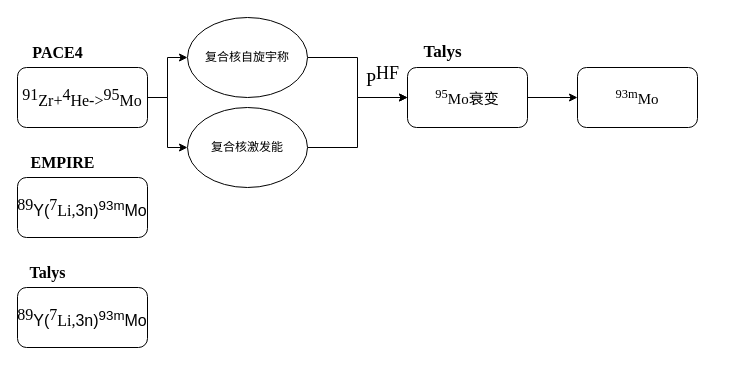
Earlier version of the draw.io diagram draw/ppt_4.20.drawio (TRAVISZHAN/images). Source tidied: cells renumbered, new cells numbered last; positions are measured from the earlier drawing's top-left corner, leaving out a move shared by most shapes. Both pictures are drawn from the tidied source at 100%, with x=0, y=0 at pixel (17, 17).
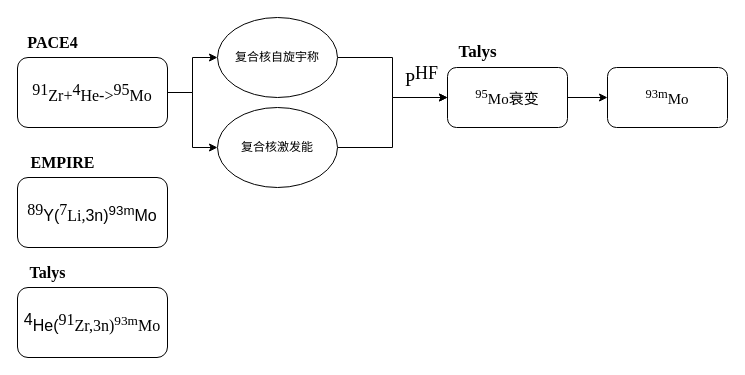
The same page after the edit.

Diff of the diagram source:
```diff
@@
 <mxGraphModel>
   <root>
     <mxCell id="0" />
     <mxCell id="1" parent="0" />
     <mxCell id="2" style="edgeStyle=orthogonalEdgeStyle;rounded=0;jettySize=auto;html=1;exitX=1;exitY=0.5;exitDx=0;exitDy=0;entryX=0;entryY=0.5;entryDx=0;entryDy=0;" parent="1" edge="1" source="4" target="11">
       <mxGeometry relative="1" as="geometry" />
     </mxCell>
     <mxCell id="3" style="edgeStyle=orthogonalEdgeStyle;rounded=0;jettySize=auto;html=1;entryX=0;entryY=0.5;entryDx=0;entryDy=0;" parent="1" edge="1" source="4" target="13">
       <mxGeometry relative="1" as="geometry" />
     </mxCell>
     <mxCell id="4" value="&lt;sup style=&quot;font-size: 16px;&quot;&gt;91&lt;/sup&gt;Zr+&lt;sup style=&quot;font-size: 16px;&quot;&gt;4&lt;/sup&gt;He-&amp;gt;&lt;sup style=&quot;font-size: 16px;&quot;&gt;95&lt;/sup&gt;Mo" style="rounded=1;whiteSpace=wrap;html=1;fontSize=16;fontFamily=Times New Roman;" parent="1" vertex="1">
-      <mxGeometry y="50" width="130" height="60" as="geometry" />
+      <mxGeometry y="40" width="150" height="70" as="geometry" />
     </mxCell>
     <mxCell id="5" style="edgeStyle=orthogonalEdgeStyle;rounded=0;jettySize=auto;html=1;" parent="1" edge="1" source="6" target="7">
       <mxGeometry relative="1" as="geometry" />
     </mxCell>
     <mxCell id="6" value="&lt;sup&gt;95&lt;/sup&gt;Mo衰变" style="rounded=1;whiteSpace=wrap;html=1;fontSize=15;fontFamily=Times New Roman;" parent="1" vertex="1">
-      <mxGeometry x="390" y="50" width="120" height="60" as="geometry" />
+      <mxGeometry x="430" y="50" width="120" height="60" as="geometry" />
     </mxCell>
     <mxCell id="7" value="&lt;sup&gt;93m&lt;/sup&gt;Mo" style="rounded=1;whiteSpace=wrap;html=1;fontSize=15;fontFamily=Times New Roman;" parent="1" vertex="1">
-      <mxGeometry x="560" y="50" width="120" height="60" as="geometry" />
+      <mxGeometry x="590" y="50" width="120" height="60" as="geometry" />
     </mxCell>
     <mxCell id="8" value="Talys" style="text;html=1;align=center;verticalAlign=middle;strokeColor=none;fillColor=none;fontStyle=1;fontFamily=Times New Roman;fontSize=17;" parent="1" vertex="1">
-      <mxGeometry x="395" y="20" width="60" height="30" as="geometry" />
+      <mxGeometry x="430" y="20" width="60" height="30" as="geometry" />
     </mxCell>
     <mxCell id="9" value="PACE4" style="text;html=1;align=center;verticalAlign=middle;strokeColor=none;fillColor=none;fontFamily=Times New Roman;fontSize=16;fontStyle=1;" parent="1" vertex="1">
-      <mxGeometry x="5" y="20" width="70" height="30" as="geometry" />
+      <mxGeometry y="10" width="70" height="30" as="geometry" />
     </mxCell>
     <mxCell id="10" style="edgeStyle=orthogonalEdgeStyle;rounded=0;jettySize=auto;html=1;exitX=1;exitY=0.5;exitDx=0;exitDy=0;entryX=0;entryY=0.5;entryDx=0;entryDy=0;" parent="1" edge="1" source="11" target="6">
       <mxGeometry relative="1" as="geometry" />
     </mxCell>
     <mxCell id="11" value="复合核自旋宇称" style="ellipse;whiteSpace=wrap;html=1;" parent="1" vertex="1">
-      <mxGeometry x="170" width="120" height="80" as="geometry" />
+      <mxGeometry x="200" width="120" height="80" as="geometry" />
     </mxCell>
     <mxCell id="12" style="edgeStyle=orthogonalEdgeStyle;rounded=0;jettySize=auto;html=1;exitX=1;exitY=0.5;exitDx=0;exitDy=0;" parent="1" edge="1" source="13" target="6">
       <mxGeometry relative="1" as="geometry" />
     </mxCell>
     <mxCell id="13" value="复合核激发能" style="ellipse;whiteSpace=wrap;html=1;" parent="1" vertex="1">
-      <mxGeometry x="170" y="90" width="120" height="80" as="geometry" />
+      <mxGeometry x="200" y="90" width="120" height="80" as="geometry" />
     </mxCell>
     <mxCell id="14" value="P&lt;sup style=&quot;font-size: 18px;&quot;&gt;HF&lt;/sup&gt;" style="text;html=1;align=center;verticalAlign=middle;strokeColor=none;fillColor=none;fontFamily=Times New Roman;fontSize=18;" parent="1" vertex="1">
-      <mxGeometry x="335" y="40" width="60" height="40" as="geometry" />
+      <mxGeometry x="374" y="40" width="60" height="40" as="geometry" />
     </mxCell>
-    <mxCell id="15" value="&lt;sup style=&quot;font-size: 16px;&quot;&gt;89&lt;/sup&gt;&lt;span style=&quot;font-size: 16px; font-family: 宋体;&quot;&gt;Y(&lt;/span&gt;&lt;span style=&quot;font-size: 16px; vertical-align: super;&quot;&gt;7&lt;/span&gt;&lt;span style=&quot;font-size: 16px;&quot;&gt;Li,&lt;/span&gt;&lt;span style=&quot;font-size: 16px; font-family: 宋体;&quot;&gt;3&lt;/span&gt;&lt;span style=&quot;font-size: 16px; font-family: 宋体;&quot;&gt;n)&lt;sup&gt;93m&lt;/sup&gt;Mo&lt;/span&gt;" style="rounded=1;whiteSpace=wrap;html=1;fontSize=16;fontFamily=Times New Roman;fontColor=default;fontStyle=0;" parent="1" vertex="1">
-      <mxGeometry y="160" width="130" height="60" as="geometry" />
+    <mxCell id="15" value="&lt;sup style=&quot;font-size: 16px;&quot;&gt;89&lt;/sup&gt;&lt;span style=&quot;font-size: 16px; font-family: 宋体;&quot;&gt;Y(&lt;/span&gt;&lt;span style=&quot;font-size: 16px; vertical-align: super;&quot;&gt;7&lt;/span&gt;&lt;span style=&quot;font-size: 16px;&quot;&gt;Li,&lt;/span&gt;&lt;span style=&quot;font-size: 16px; font-family: 宋体;&quot;&gt;3&lt;/span&gt;&lt;span style=&quot;font-size: 16px; font-family: 宋体;&quot;&gt;n)&lt;sup&gt;93m&lt;/sup&gt;Mo&lt;/span&gt;" style="rounded=1;whiteSpace=wrap;html=1;fontSize=16;fontFamily=Times New Roman;fontColor=default;fontStyle=0;strokeColor=default;align=center;verticalAlign=middle;fillColor=default;" parent="1" vertex="1">
+      <mxGeometry y="160" width="150" height="70" as="geometry" />
     </mxCell>
-    <mxCell id="16" value="&lt;sup style=&quot;font-size: 16px;&quot;&gt;89&lt;/sup&gt;&lt;span style=&quot;font-size: 16px; font-family: 宋体;&quot;&gt;Y(&lt;/span&gt;&lt;span style=&quot;font-size: 16px; vertical-align: super;&quot;&gt;7&lt;/span&gt;&lt;span style=&quot;font-size: 16px;&quot;&gt;Li,&lt;/span&gt;&lt;span style=&quot;font-size: 16px; font-family: 宋体;&quot;&gt;3&lt;/span&gt;&lt;span style=&quot;font-size: 16px; font-family: 宋体;&quot;&gt;n)&lt;sup&gt;93m&lt;/sup&gt;Mo&lt;/span&gt;" style="rounded=1;whiteSpace=wrap;html=1;fontSize=16;fontFamily=Times New Roman;fontColor=default;fontStyle=0;" parent="1" vertex="1">
-      <mxGeometry y="270" width="130" height="60" as="geometry" />
+    <mxCell id="16" value="&lt;span style=&quot;font-size: 16px; font-family: 宋体; vertical-align: super;&quot;&gt;4&lt;/span&gt;&lt;span style=&quot;font-size: 16px; font-family: 宋体;&quot;&gt;He(&lt;/span&gt;&lt;span style=&quot;font-size: 16px; vertical-align: super;&quot;&gt;91&lt;/span&gt;&lt;span style=&quot;font-size: 16px;&quot;&gt;Zr,3n)&lt;sup&gt;93m&lt;/sup&gt;Mo&lt;/span&gt;" style="rounded=1;whiteSpace=wrap;html=1;fontSize=16;fontFamily=Times New Roman;fontColor=default;fontStyle=0;" parent="1" vertex="1">
+      <mxGeometry y="270" width="150" height="70" as="geometry" />
     </mxCell>
     <mxCell id="17" value="EMPIRE" style="text;html=1;align=center;verticalAlign=middle;strokeColor=none;fillColor=none;fontFamily=Times New Roman;fontSize=16;fontStyle=1;" parent="1" vertex="1">
       <mxGeometry y="130" width="90" height="30" as="geometry" />
     </mxCell>
     <mxCell id="18" value="Talys" style="text;html=1;align=center;verticalAlign=middle;strokeColor=none;fillColor=none;fontFamily=Times New Roman;fontSize=16;fontStyle=1;" parent="1" vertex="1">
       <mxGeometry y="240" width="60" height="30" as="geometry" />
     </mxCell>
   </root>
 </mxGraphModel>
```
